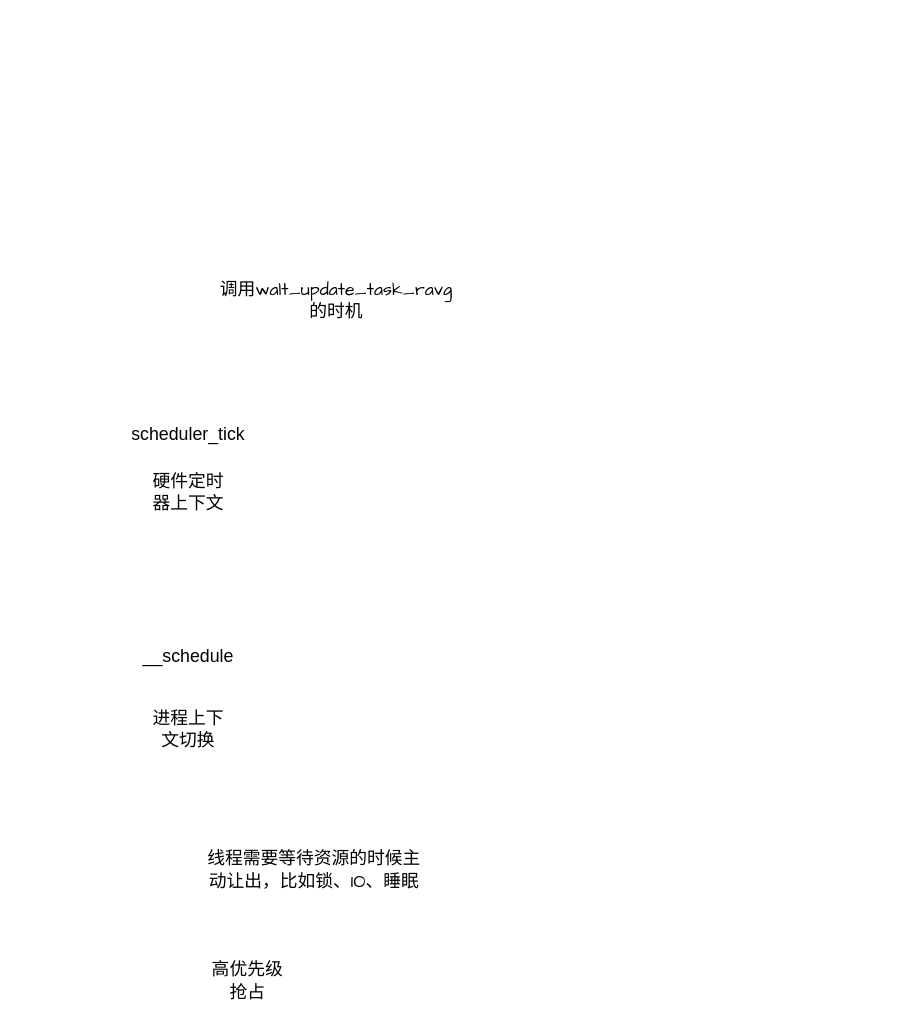
apple-art/linux_sched_learn keeps this draw.io diagram as walt调用情况.drawio. Above is the earlier version. Source tidied: cells renumbered, new cells numbered last; positions are measured from the earlier drawing's top-left corner, leaving out a move shared by most shapes. Both pictures are drawn from the tidied source at 148%, with x=0, y=0 at pixel (144, 278).
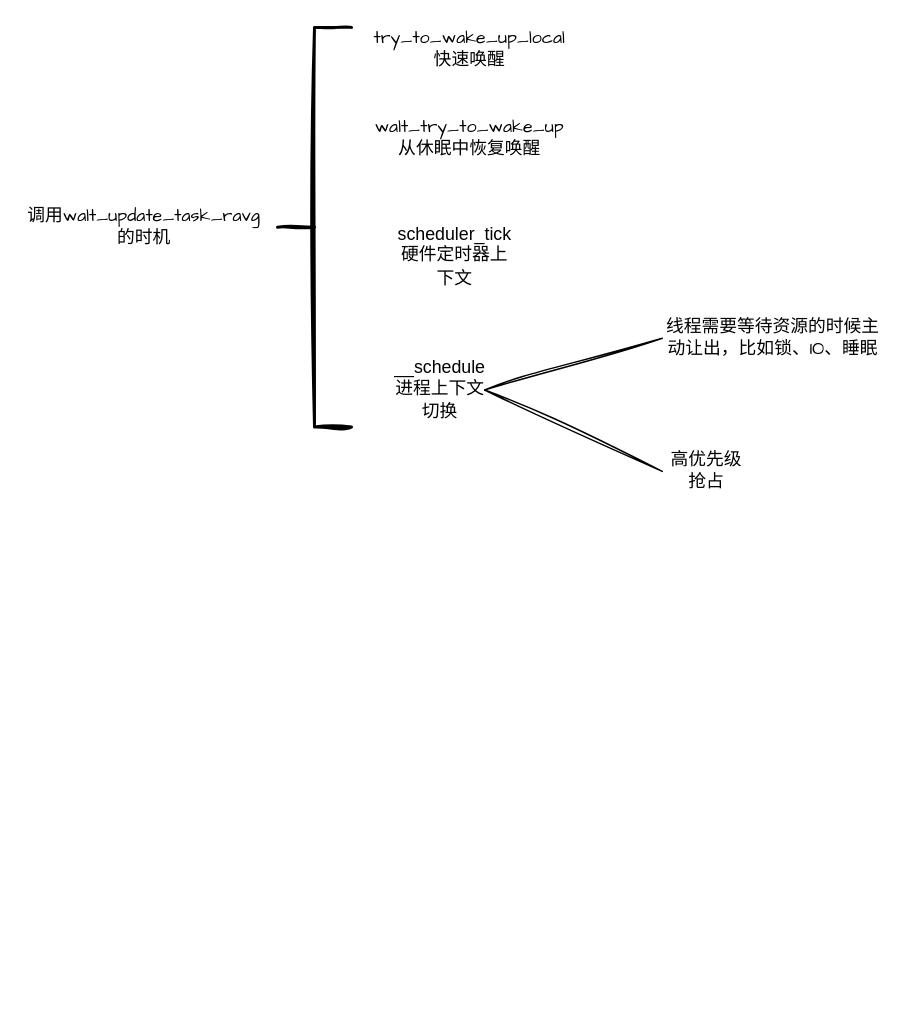
Above is the later version.

Commit message (it also covers changes not shown here):
更新walt调用情况.drawio

What changed in the source:
```diff
@@
 <mxGraphModel>
   <root>
     <mxCell id="0" />
     <mxCell id="1" parent="0" />
-    <mxCell id="2" value="scheduler_tick" style="text;html=1;whiteSpace=wrap;strokeColor=none;fillColor=none;align=center;verticalAlign=middle;rounded=0;sketch=1;curveFitting=1;jiggle=2;" parent="1" vertex="1">
-      <mxGeometry y="90" width="60" height="30" as="geometry" />
+    <mxCell id="2" value="scheduler_tick&lt;div&gt;&lt;span style=&quot;font-family: &amp;quot;Architects Daughter&amp;quot;;&quot;&gt;硬件定时器上下文&lt;/span&gt;&lt;/div&gt;" style="text;html=1;whiteSpace=wrap;strokeColor=none;fillColor=none;align=center;verticalAlign=middle;rounded=0;sketch=1;curveFitting=1;jiggle=2;" parent="1" vertex="1">
+      <mxGeometry x="180" y="-30" width="60" height="30" as="geometry" />
     </mxCell>
-    <mxCell id="3" value="__schedule" style="text;html=1;whiteSpace=wrap;strokeColor=none;fillColor=none;align=center;verticalAlign=middle;rounded=0;sketch=1;curveFitting=1;jiggle=2;" parent="1" vertex="1">
-      <mxGeometry y="240" width="60" height="30" as="geometry" />
+    <mxCell id="3" value="__schedule&lt;div&gt;&lt;span style=&quot;font-family: &amp;quot;Architects Daughter&amp;quot;;&quot;&gt;进程上下文切换&lt;/span&gt;&lt;/div&gt;" style="text;html=1;whiteSpace=wrap;strokeColor=none;fillColor=none;align=center;verticalAlign=middle;rounded=0;sketch=1;curveFitting=1;jiggle=2;" parent="1" vertex="1">
+      <mxGeometry x="170" y="60" width="60" height="30" as="geometry" />
     </mxCell>
-    <mxCell id="4" value="硬件定时器上下文" style="text;html=1;whiteSpace=wrap;strokeColor=none;fillColor=none;align=center;verticalAlign=middle;rounded=0;fontFamily=Architects Daughter;" parent="1" vertex="1">
-      <mxGeometry y="130" width="60" height="30" as="geometry" />
-    </mxCell>
-    <mxCell id="5" value="进程上下文切换" style="text;html=1;whiteSpace=wrap;strokeColor=none;fillColor=none;align=center;verticalAlign=middle;rounded=0;fontFamily=Architects Daughter;" parent="1" vertex="1">
-      <mxGeometry y="290" width="60" height="30" as="geometry" />
-    </mxCell>
     <mxCell id="6" value="调用walt_update_task_ravg的时机" style="text;html=1;whiteSpace=wrap;strokeColor=none;fillColor=none;align=center;verticalAlign=middle;rounded=0;fontFamily=Architects Daughter;" parent="1" vertex="1">
-      <mxGeometry x="50" width="160" height="30" as="geometry" />
+      <mxGeometry x="-80" y="-50" width="160" height="30" as="geometry" />
     </mxCell>
     <mxCell id="7" value="线程需要等待资源的时候主动让出，比如锁、IO、睡眠" style="text;html=1;whiteSpace=wrap;strokeColor=none;fillColor=none;align=center;verticalAlign=middle;rounded=0;fontFamily=Architects Daughter;" parent="1" vertex="1">
-      <mxGeometry x="40" y="370" width="150" height="60" as="geometry" />
+      <mxGeometry x="350" y="10" width="150" height="60" as="geometry" />
     </mxCell>
     <mxCell id="8" value="高优先级抢占" style="text;html=1;whiteSpace=wrap;strokeColor=none;fillColor=none;align=center;verticalAlign=middle;rounded=0;fontFamily=Architects Daughter;" parent="1" vertex="1">
-      <mxGeometry x="40" y="460" width="60" height="30" as="geometry" />
+      <mxGeometry x="350" y="110" width="60" height="40" as="geometry" />
     </mxCell>
+    <mxCell id="9" style="endArrow=none;html=1;rounded=0;sketch=1;hachureGap=4;jiggle=2;curveFitting=1;fontFamily=Architects Daughter;exitX=1;exitY=0.5;exitDx=0;exitDy=0;entryX=0;entryY=0.5;entryDx=0;entryDy=0;" parent="1" edge="1" source="3" target="7">
+      <mxGeometry relative="1" as="geometry" />
+    </mxCell>
+    <mxCell id="10" style="endArrow=none;html=1;rounded=0;sketch=1;hachureGap=4;jiggle=2;curveFitting=1;fontFamily=Architects Daughter;exitX=1;exitY=0.5;exitDx=0;exitDy=0;entryX=0;entryY=0.5;entryDx=0;entryDy=0;" parent="1" edge="1" source="3" target="8">
+      <mxGeometry relative="1" as="geometry" />
+    </mxCell>
+    <mxCell id="11" value="try_to_wake_up_local&lt;div&gt;快速唤醒&lt;/div&gt;" style="text;html=1;whiteSpace=wrap;strokeColor=none;fillColor=none;align=center;verticalAlign=middle;rounded=0;fontFamily=Architects Daughter;" parent="1" vertex="1">
+      <mxGeometry x="190" y="-170" width="60" height="30" as="geometry" />
+    </mxCell>
+    <mxCell id="12" value="walt_try_to_wake_up&lt;div&gt;从休眠中恢复唤醒&lt;/div&gt;" style="text;html=1;whiteSpace=wrap;strokeColor=none;fillColor=none;align=center;verticalAlign=middle;rounded=0;fontFamily=Architects Daughter;" parent="1" vertex="1">
+      <mxGeometry x="190" y="-110" width="60" height="30" as="geometry" />
+    </mxCell>
+    <mxCell id="13" style="strokeWidth=2;html=1;shape=mxgraph.flowchart.annotation_2;align=left;labelPosition=right;sketch=1;hachureGap=4;jiggle=2;curveFitting=1;fontFamily=Architects Daughter;" parent="1" vertex="1">
+      <mxGeometry x="90" y="-170" width="50" height="270" as="geometry" />
+    </mxCell>
   </root>
 </mxGraphModel>
```
